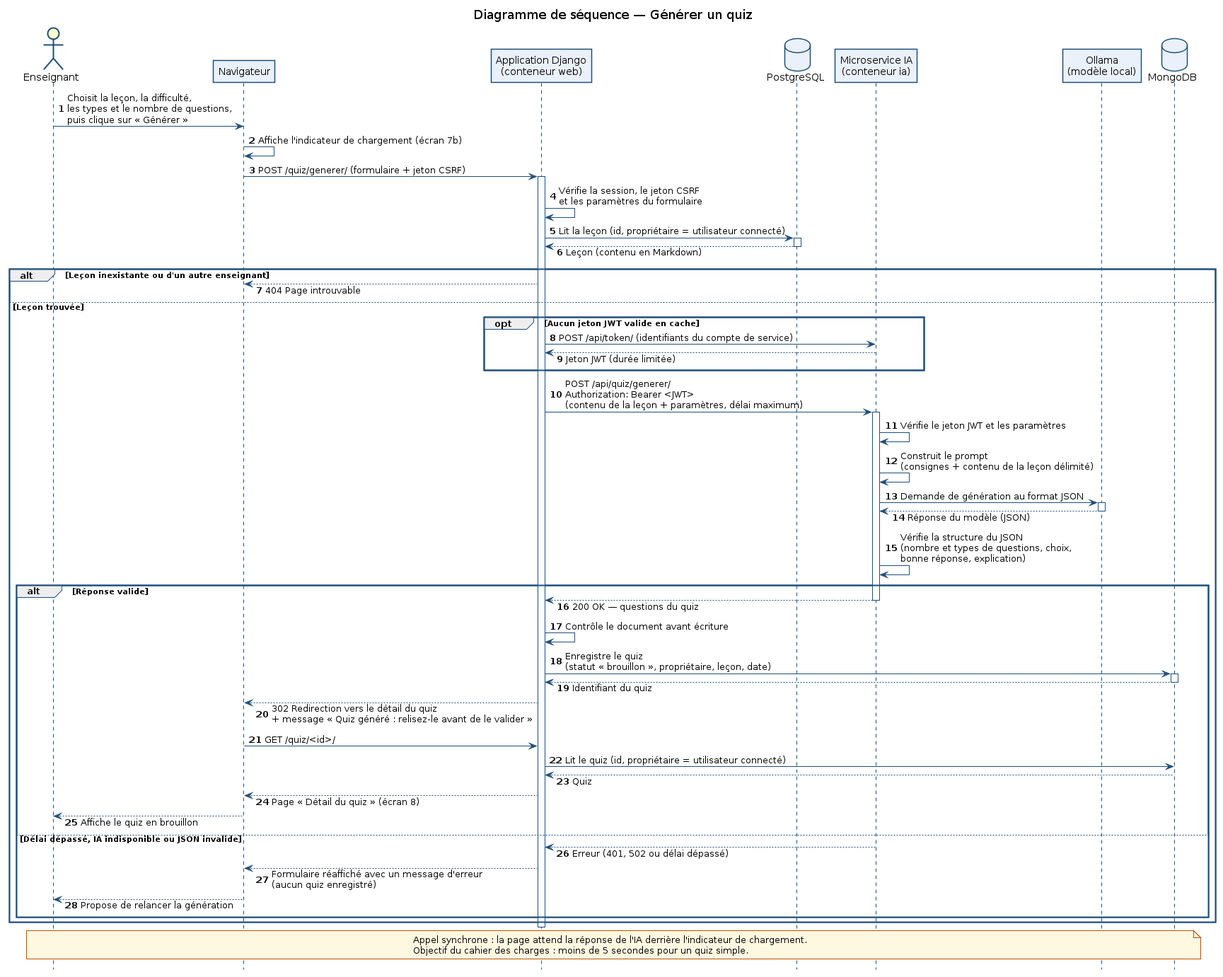
Earlier version of the PlantUML export docs/conception/diagrammes/sequence_generer_quiz.png (FantoniStephane/eduquizai). Its source is kept beside it as docs/conception/diagrammes/sequence_generer_quiz.puml.
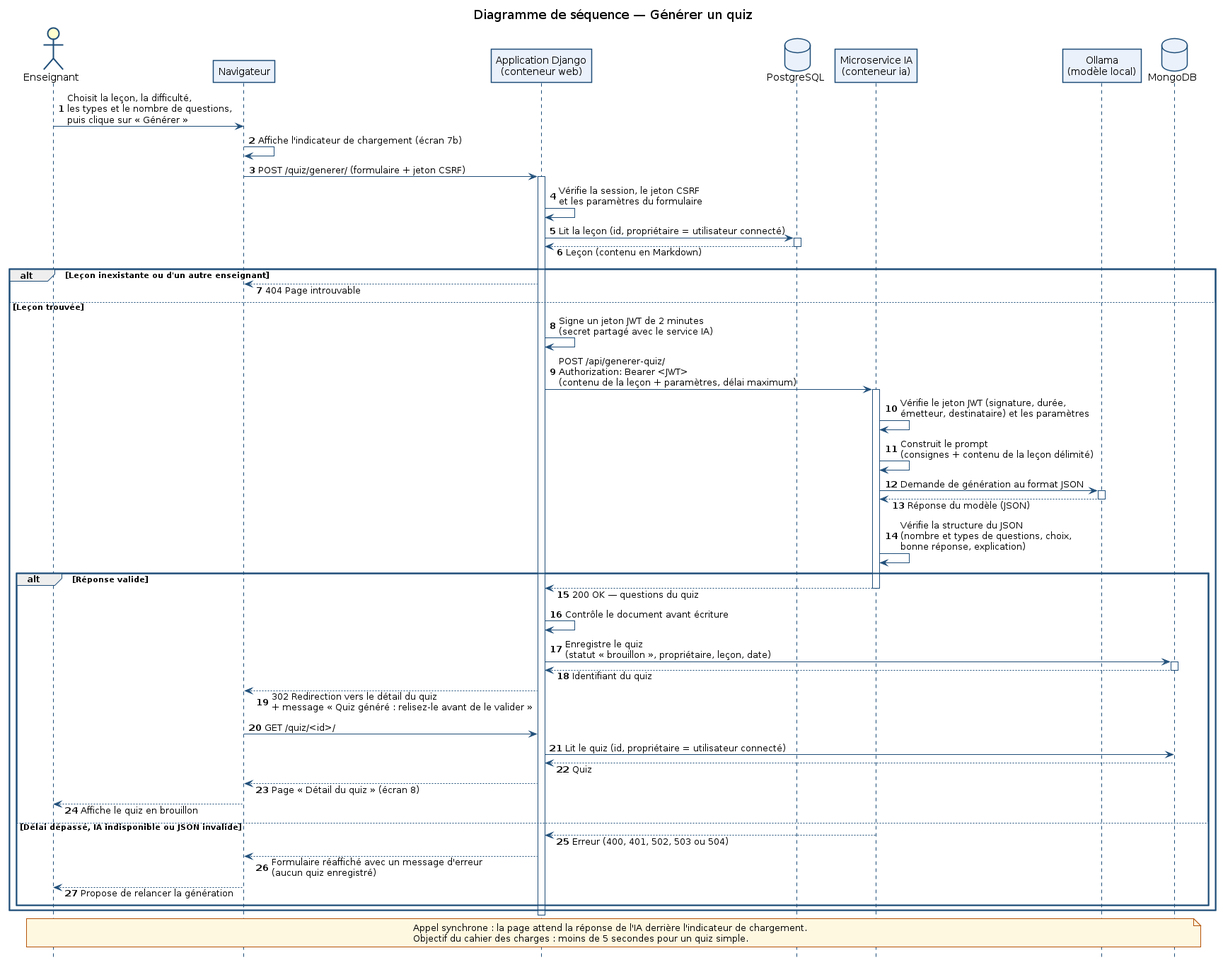
The same file after the commit.

The edit, as a diff of the source:
```diff
@@ -38,13 +38,10 @@
 alt Leçon inexistante ou d'un autre enseignant
   WEB --> NAV : 404 Page introuvable
 else Leçon trouvée
-  opt Aucun jeton JWT valide en cache
-    WEB -> IA : POST /api/token/ (identifiants du compte de service)
-    IA --> WEB : Jeton JWT (durée limitée)
-  end
-  WEB -> IA : POST /api/quiz/generer/\nAuthorization: Bearer <JWT>\n(contenu de la leçon + paramètres, délai maximum)
+  WEB -> WEB : Signe un jeton JWT de 2 minutes\n(secret partagé avec le service IA)
+  WEB -> IA : POST /api/generer-quiz/\nAuthorization: Bearer <JWT>\n(contenu de la leçon + paramètres, délai maximum)
   activate IA
-  IA -> IA : Vérifie le jeton JWT et les paramètres
+  IA -> IA : Vérifie le jeton JWT (signature, durée,\németteur, destinataire) et les paramètres
   IA -> IA : Construit le prompt\n(consignes + contenu de la leçon délimité)
   IA -> OLL : Demande de génération au format JSON
   activate OLL
@@ -67,7 +64,7 @@
     WEB --> NAV : Page « Détail du quiz » (écran 8)
     NAV --> ENS : Affiche le quiz en brouillon
   else Délai dépassé, IA indisponible ou JSON invalide
-    IA --> WEB : Erreur (401, 502 ou délai dépassé)
+    IA --> WEB : Erreur (400, 401, 502, 503 ou 504)
     WEB --> NAV : Formulaire réaffiché avec un message d'erreur\n(aucun quiz enregistré)
     NAV --> ENS : Propose de relancer la génération
   end
```
